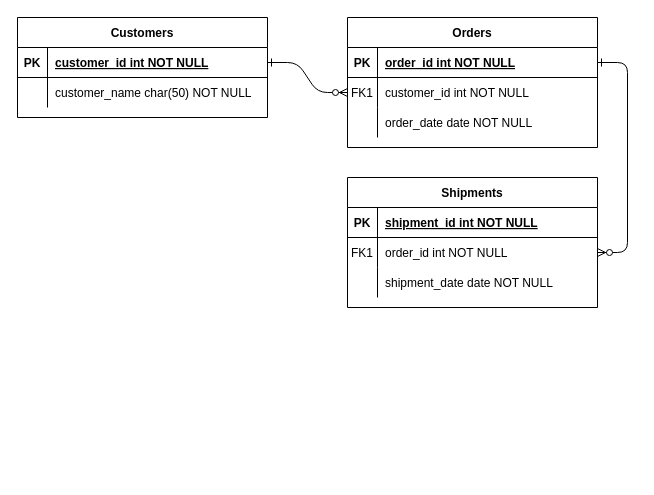
The draw.io diagram Untitled Diagram.drawio in CZ2007-Group-2/Group2, before the edit. Source tidied: cells renumbered, new cells numbered last; positions are measured from the earlier drawing's top-left corner, leaving out a move shared by most shapes. Both pictures are drawn from the tidied source at 100%, with x=0, y=0 at pixel (17, 17).
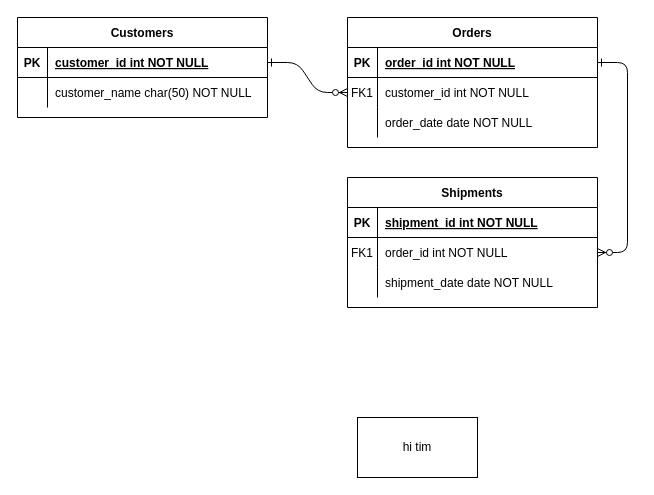
After the change.

What changed in the source:
```diff
@@
+    <mxCell id="31" value="hi tim" style="rounded=0;whiteSpace=wrap;html=1;" parent="1" vertex="1">
+      <mxGeometry x="340" y="400" width="120" height="60" as="geometry" />
+    </mxCell>
```
